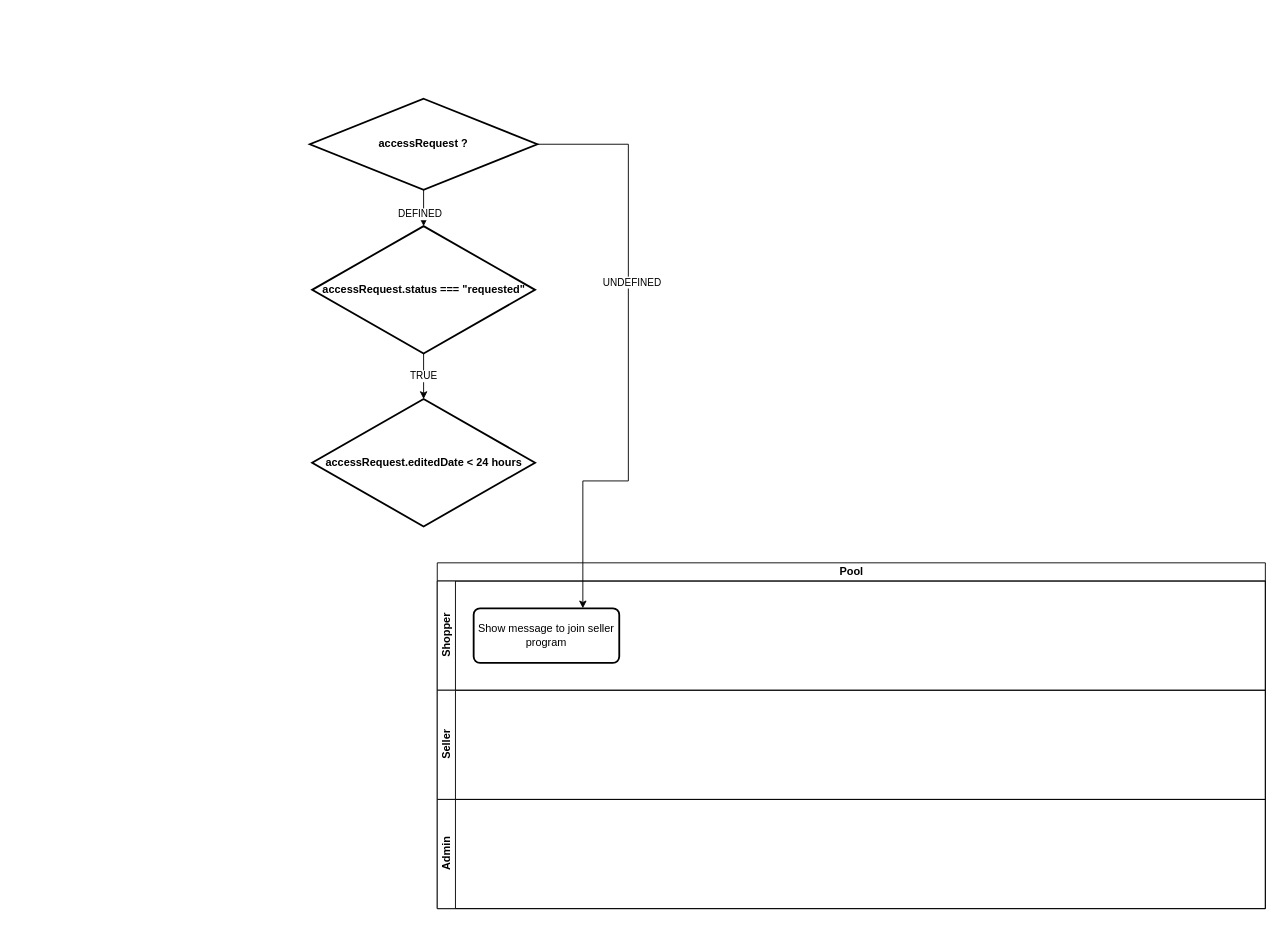
Above: PeaceForestShop.drawio in appsparkler/draw.io (draw.io), before the change. Source tidied: cells renumbered, new cells numbered last; positions are measured from the earlier drawing's top-left corner, leaving out a move shared by most shapes. Both pictures are drawn from the tidied source at 91%, with x=0, y=0 at pixel (309, 98).
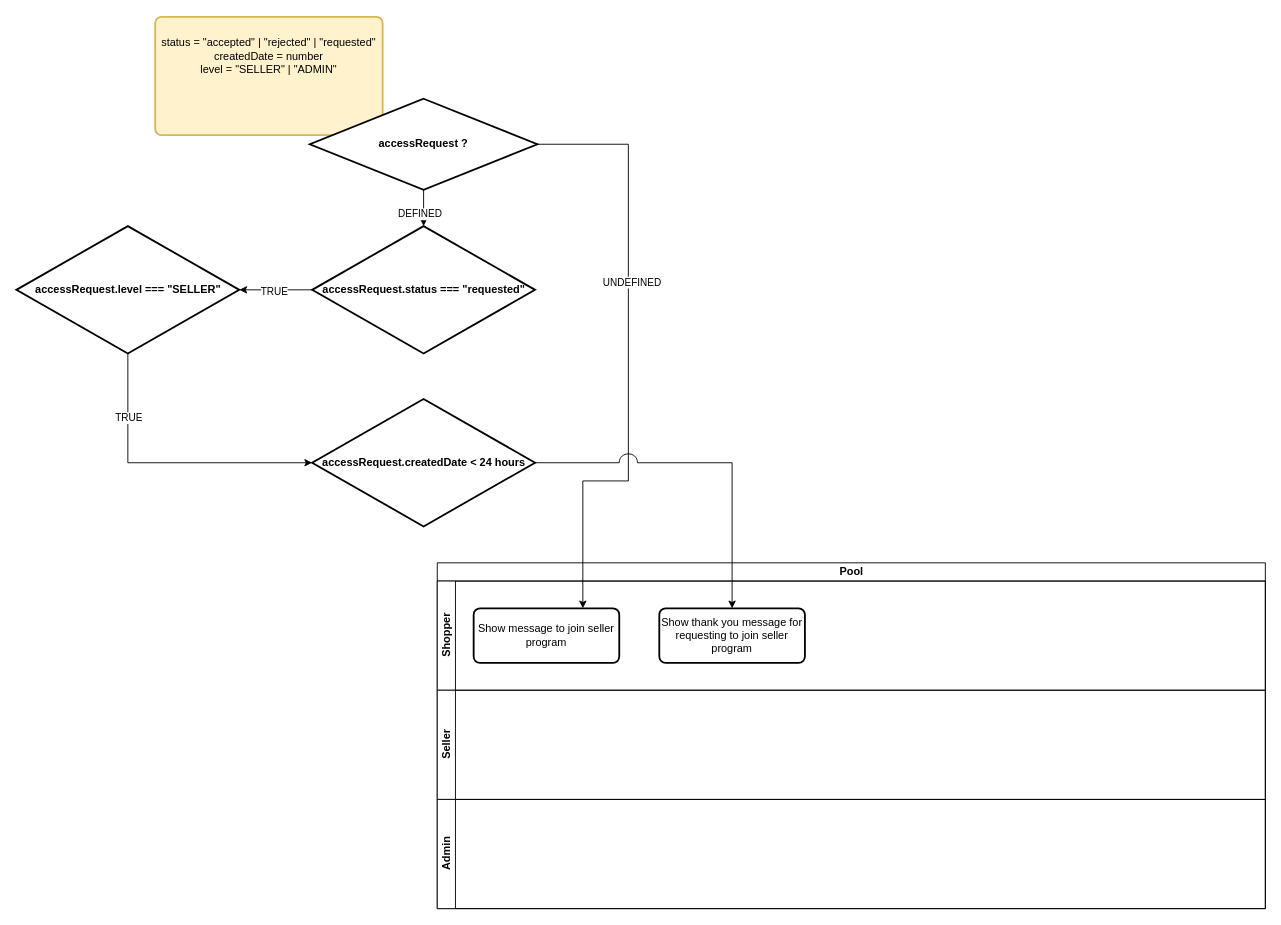
Above is the later version.

The change refers to these unchanged cells:
```xml
<mxCell id="3" value="Shopper" style="swimlane;startSize=20;horizontal=0;html=1;" parent="2" vertex="1">
  <mxGeometry y="20" width="910" height="120" as="geometry" />
</mxCell>
<mxCell id="4" value="Show message to join seller program" style="rounded=1;whiteSpace=wrap;html=1;absoluteArcSize=1;arcSize=14;strokeWidth=2;" parent="3" vertex="1">
  <mxGeometry x="40" y="30" width="160" height="60" as="geometry" />
</mxCell>
<mxCell id="11" value="accessRequest ?" style="strokeWidth=2;html=1;shape=mxgraph.flowchart.decision;whiteSpace=wrap;fontStyle=1;" parent="1" vertex="1">
  <mxGeometry width="250" height="100" as="geometry" />
</mxCell>
<mxCell id="14" value="accessRequest.status === &quot;requested&quot;" style="rhombus;whiteSpace=wrap;html=1;strokeWidth=2;fontStyle=1;" parent="1" vertex="1">
  <mxGeometry x="2.5" y="140" width="245" height="140" as="geometry" />
</mxCell>
```

Diff of the diagram source:
```diff
@@
+    <mxCell id="16" value="status = &quot;accepted&quot; | &quot;rejected&quot; | &quot;requested&quot;&lt;br&gt;&lt;div&gt;createdDate = number&lt;br&gt;level = &quot;SELLER&quot; | &quot;ADMIN&quot;&lt;br&gt;&lt;br&gt;&lt;/div&gt;&lt;br&gt;&lt;div&gt;&lt;br&gt;&lt;/div&gt;" style="rounded=1;whiteSpace=wrap;html=1;absoluteArcSize=1;arcSize=14;strokeWidth=2;fillColor=#fff2cc;strokeColor=#d6b656;" parent="1" vertex="1">
+      <mxGeometry x="-170" y="-90" width="250" height="130" as="geometry" />
+    </mxCell>
@@
+    <mxCell id="17" value="Show thank you message for requesting to join seller program" style="rounded=1;whiteSpace=wrap;html=1;absoluteArcSize=1;arcSize=14;strokeWidth=2;" parent="3" vertex="1">
+      <mxGeometry x="244" y="30" width="160" height="60" as="geometry" />
+    </mxCell>
@@
-    <mxCell id="9" style="edgeStyle=orthogonalEdgeStyle;rounded=0;jettySize=auto;html=1;entryX=0.75;entryY=0;entryDx=0;entryDy=0;" parent="1" edge="1" source="11" target="4">
+    <mxCell id="9" style="edgeStyle=orthogonalEdgeStyle;rounded=0;jettySize=auto;html=1;entryX=0.75;entryY=0;entryDx=0;entryDy=0;jumpStyle=arc;jumpSize=20;" parent="1" edge="1" source="11" target="4">
       <mxGeometry relative="1" as="geometry">
         <Array as="points">
           <mxPoint x="350" y="50" />
           <mxPoint x="350" y="420" />
           <mxPoint x="300" y="420" />
         </Array>
       </mxGeometry>
     </mxCell>
@@
-    <mxCell id="12" style="edgeStyle=orthogonalEdgeStyle;rounded=0;jettySize=auto;html=1;" parent="1" edge="1" source="14" target="15">
-      <mxGeometry relative="1" as="geometry" />
-    </mxCell>
-    <mxCell id="13" value="TRUE" style="edgeLabel;html=1;align=center;verticalAlign=middle;" parent="12" vertex="1">
-      <mxGeometry x="-0.06" y="5" relative="1" as="geometry">
-        <mxPoint x="-6" as="offset" />
-      </mxGeometry>
-    </mxCell>
+    <mxCell id="18" style="edgeStyle=orthogonalEdgeStyle;rounded=0;jettySize=auto;html=1;" parent="1" edge="1" source="14" target="23">
+      <mxGeometry relative="1" as="geometry" />
+    </mxCell>
+    <mxCell id="19" value="TRUE" style="edgeLabel;html=1;align=center;verticalAlign=middle;" parent="18" vertex="1">
+      <mxGeometry x="0.05" y="4" relative="1" as="geometry">
+        <mxPoint y="-3" as="offset" />
+      </mxGeometry>
+    </mxCell>
@@
+    <mxCell id="20" style="edgeStyle=orthogonalEdgeStyle;rounded=0;jettySize=auto;html=1;jumpStyle=arc;jumpSize=20;" parent="1" edge="1" source="15" target="17">
+      <mxGeometry relative="1" as="geometry" />
+    </mxCell>
-    <mxCell id="15" value="accessRequest.editedDate &amp;lt; 24 hours" style="rhombus;whiteSpace=wrap;html=1;strokeWidth=2;fontStyle=1;" parent="1" vertex="1">
+    <mxCell id="15" value="accessRequest.createdDate &amp;lt; 24 hours" style="rhombus;whiteSpace=wrap;html=1;strokeWidth=2;fontStyle=1;" parent="1" vertex="1">
       <mxGeometry x="2.5" y="330" width="245" height="140" as="geometry" />
     </mxCell>
+    <mxCell id="21" style="edgeStyle=orthogonalEdgeStyle;rounded=0;jettySize=auto;html=1;entryX=0;entryY=0.5;entryDx=0;entryDy=0;" parent="1" edge="1" source="23" target="15">
+      <mxGeometry relative="1" as="geometry">
+        <Array as="points">
+          <mxPoint x="-200" y="400" />
+        </Array>
+      </mxGeometry>
+    </mxCell>
+    <mxCell id="22" value="TRUE" style="edgeLabel;html=1;align=center;verticalAlign=middle;" parent="21" vertex="1">
+      <mxGeometry x="-0.65" y="-2" relative="1" as="geometry">
+        <mxPoint x="2" y="14" as="offset" />
+      </mxGeometry>
+    </mxCell>
+    <mxCell id="23" value="accessRequest.level === &quot;SELLER&quot;" style="rhombus;whiteSpace=wrap;html=1;strokeWidth=2;fontStyle=1;" parent="1" vertex="1">
+      <mxGeometry x="-322.5" y="140" width="245" height="140" as="geometry" />
+    </mxCell>
```
